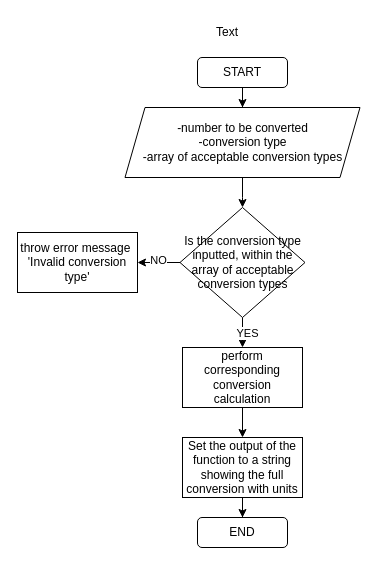
Earlier version of the draw.io diagram unitconverterFunction.drawio (ShhhhTheBaby/draw.io). Source tidied: cells renumbered, new cells numbered last; positions are measured from the earlier drawing's top-left corner, leaving out a move shared by most shapes. Both pictures are drawn from the tidied source at 100%, with x=0, y=0 at pixel (17, 17).
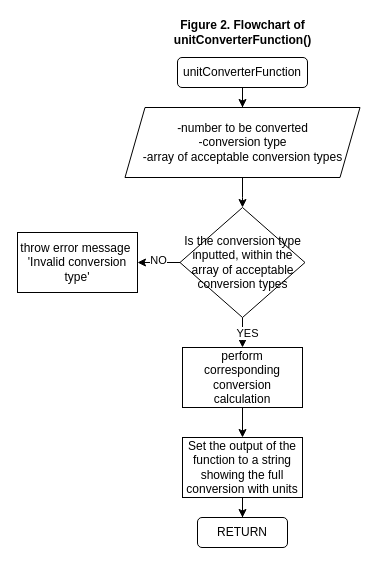
Above is the later version.

The edit, as a diff of the source:
```diff
@@
 <mxGraphModel>
   <root>
     <mxCell id="0" />
     <mxCell id="1" parent="0" />
     <mxCell id="2" style="edgeStyle=orthogonalEdgeStyle;rounded=0;jettySize=auto;html=1;" parent="1" edge="1" source="3">
       <mxGeometry relative="1" as="geometry">
         <mxPoint x="225" y="190" as="targetPoint" />
       </mxGeometry>
     </mxCell>
     <mxCell id="3" value="-number to be converted&lt;div&gt;-conversion type&lt;/div&gt;&lt;div&gt;-array of acceptable conversion types&lt;/div&gt;" style="shape=parallelogram;perimeter=parallelogramPerimeter;whiteSpace=wrap;html=1;fixedSize=1;" parent="1" vertex="1">
       <mxGeometry x="107.5" y="90" width="235" height="70" as="geometry" />
     </mxCell>
     <mxCell id="4" style="edgeStyle=orthogonalEdgeStyle;rounded=0;jettySize=auto;html=1;" parent="1" edge="1" source="5" target="3">
       <mxGeometry relative="1" as="geometry" />
     </mxCell>
-    <mxCell id="5" value="START" style="rounded=1;whiteSpace=wrap;html=1;" parent="1" vertex="1">
-      <mxGeometry x="180" y="40" width="90" height="30" as="geometry" />
+    <mxCell id="5" value="unitConverterFunction" style="rounded=1;whiteSpace=wrap;html=1;" parent="1" vertex="1">
+      <mxGeometry x="160" y="40" width="130" height="30" as="geometry" />
     </mxCell>
     <mxCell id="6" style="edgeStyle=orthogonalEdgeStyle;rounded=0;jettySize=auto;html=1;" parent="1" edge="1" source="10" target="11">
       <mxGeometry relative="1" as="geometry" />
     </mxCell>
     <mxCell id="7" value="NO" style="edgeLabel;html=1;align=center;verticalAlign=middle;" parent="6" vertex="1">
       <mxGeometry x="0.03" y="-3" relative="1" as="geometry" />
     </mxCell>
     <mxCell id="8" style="edgeStyle=orthogonalEdgeStyle;rounded=0;jettySize=auto;html=1;" parent="1" edge="1" source="10" target="13">
       <mxGeometry relative="1" as="geometry" />
     </mxCell>
     <mxCell id="9" value="YES" style="edgeLabel;html=1;align=center;verticalAlign=middle;" parent="8" vertex="1">
       <mxGeometry y="-4" relative="1" as="geometry" />
     </mxCell>
     <mxCell id="10" value="Is the conversion type inputted, within the array of acceptable conversion types" style="rhombus;whiteSpace=wrap;html=1;" parent="1" vertex="1">
       <mxGeometry x="162.5" y="190" width="125" height="110" as="geometry" />
     </mxCell>
     <mxCell id="11" value="throw error message&amp;nbsp;&lt;div&gt;'Invalid conversion type'&lt;/div&gt;" style="whiteSpace=wrap;html=1;" parent="1" vertex="1">
       <mxGeometry y="215" width="120" height="60" as="geometry" />
     </mxCell>
     <mxCell id="12" style="edgeStyle=orthogonalEdgeStyle;rounded=0;jettySize=auto;html=1;" parent="1" edge="1" source="13" target="15">
       <mxGeometry relative="1" as="geometry" />
     </mxCell>
     <mxCell id="13" value="perform corresponding conversion calculation" style="whiteSpace=wrap;html=1;" parent="1" vertex="1">
       <mxGeometry x="165" y="330" width="120" height="60" as="geometry" />
     </mxCell>
     <mxCell id="14" style="edgeStyle=orthogonalEdgeStyle;rounded=0;jettySize=auto;html=1;" parent="1" edge="1" source="15" target="16">
       <mxGeometry relative="1" as="geometry" />
     </mxCell>
     <mxCell id="15" value="Set the output of the function to a string showing the full conversion with units" style="whiteSpace=wrap;html=1;" parent="1" vertex="1">
       <mxGeometry x="165" y="420" width="120" height="60" as="geometry" />
     </mxCell>
-    <mxCell id="16" value="END" style="rounded=1;whiteSpace=wrap;html=1;" parent="1" vertex="1">
+    <mxCell id="16" value="RETURN" style="rounded=1;whiteSpace=wrap;html=1;" parent="1" vertex="1">
       <mxGeometry x="180" y="500" width="90" height="30" as="geometry" />
     </mxCell>
-    <mxCell id="17" value="Text" style="text;html=1;align=center;verticalAlign=middle;whiteSpace=wrap;rounded=0;" parent="1" vertex="1">
-      <mxGeometry x="180" width="60" height="30" as="geometry" />
+    <mxCell id="17" value="&lt;b&gt;Figure 2. Flowchart of unitConverterFunction()&lt;/b&gt;" style="text;html=1;align=center;verticalAlign=middle;whiteSpace=wrap;rounded=0;" parent="1" vertex="1">
+      <mxGeometry x="157.5" width="135" height="30" as="geometry" />
     </mxCell>
   </root>
 </mxGraphModel>
```
